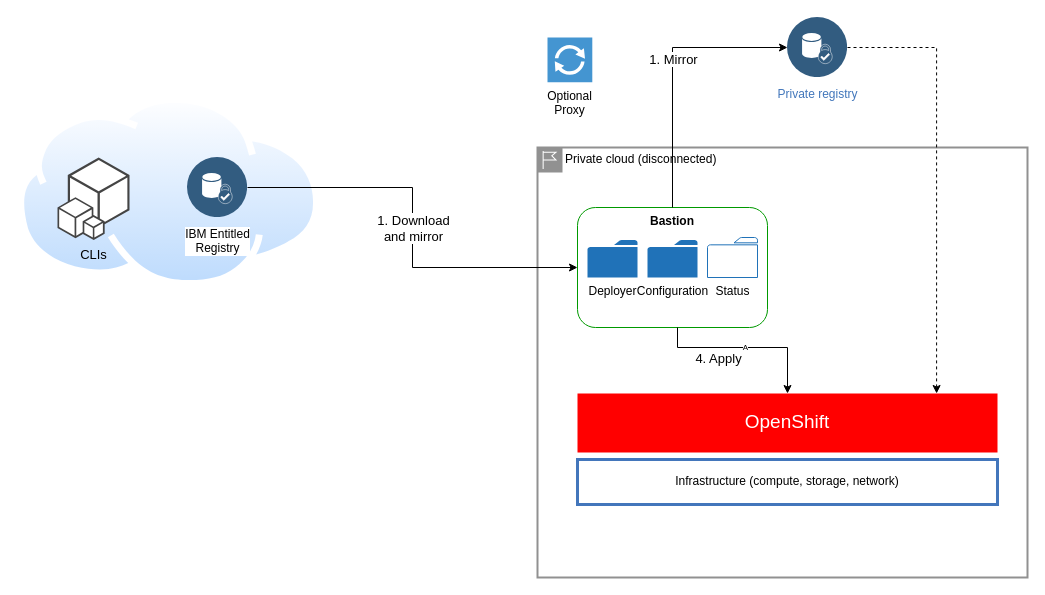
IBM/cloud-pak-deployer keeps this draw.io diagram as page "not-air-gapped" (1 of 3) of doc/src/pages/advanced/air-gapped-installation/air-gapped-overview.drawio. Above is the earlier version. Source tidied: cells renumbered, new cells numbered last; positions are measured from the earlier drawing's top-left corner, leaving out a move shared by most shapes. Both pictures are drawn from the tidied source at 100%, with x=0, y=0 at pixel (17, 17).
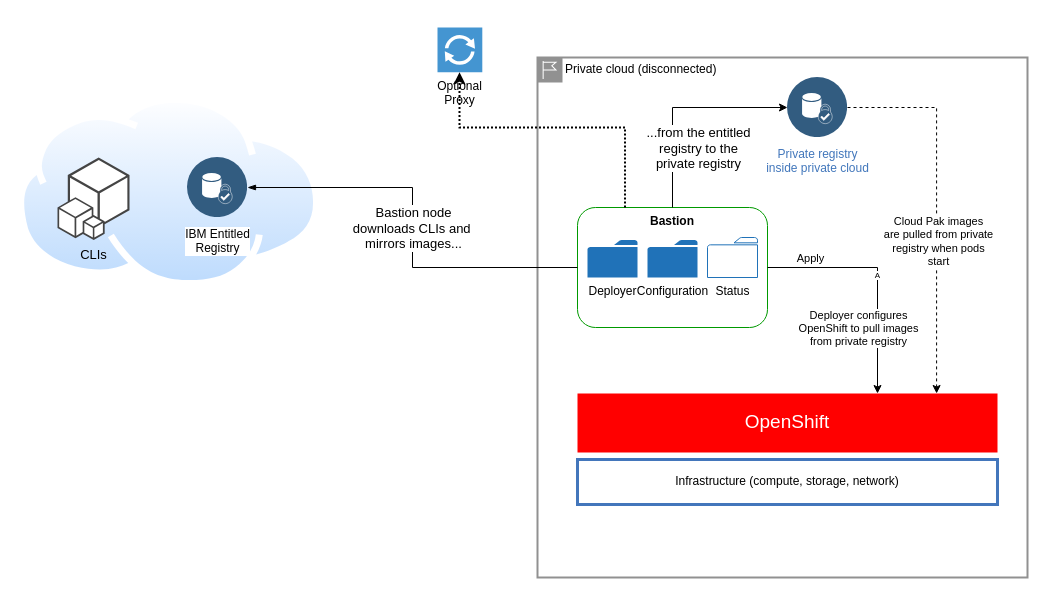
Above is the later version.

The change refers to these unchanged cells:
```xml
<mxCell id="5" value="Bastion" style="rounded=1;whiteSpace=wrap;html=1;verticalAlign=top;fontStyle=1;strokeColor=#009900;" parent="4" vertex="1">
  <mxGeometry width="190" height="120" as="geometry" />
</mxCell>
<mxCell id="9" style="edgeStyle=orthogonalEdgeStyle;rounded=0;jettySize=auto;html=1;fontSize=8;entryX=0;entryY=0.5;entryDx=0;entryDy=0;exitX=0.5;exitY=0;exitDx=0;exitDy=0;" parent="1" edge="1" source="5" target="16">
  <mxGeometry relative="1" as="geometry" />
</mxCell>
<mxCell id="13" value="OpenShift" style="fontStyle=0;verticalAlign=middle;align=center;spacingTop=-2;fillColor=#FF0000;rounded=0;whiteSpace=wrap;html=1;strokeColor=none;strokeWidth=3;dashed=0;fontColor=#FFFFFF;fontSize=19;" parent="12" vertex="1">
  <mxGeometry x="560" y="376" width="420" height="59" as="geometry" />
</mxCell>
<mxCell id="18" value="IBM Entitled&lt;br&gt;Registry" style="perimeter=ellipsePerimeter;align=center;shadow=0;dashed=0;fontColor=default;labelBackgroundColor=none;fontSize=12;spacingTop=3;image;image=img/lib/ibm/data/device_identity_service.svg;rounded=1;strokeColor=#FF0000;fillColor=#99CCFF;html=1;" parent="15" vertex="1">
  <mxGeometry x="170" y="140" width="60" height="60" as="geometry" />
</mxCell>
```

Change to the diagram source:
```diff
@@
     <mxCell id="2" value="Private cloud (disconnected)" style="shape=mxgraph.ibm.box;prType=region;fontStyle=0;verticalAlign=top;align=left;spacingLeft=32;spacingTop=4;fillColor=none;rounded=0;whiteSpace=wrap;html=1;strokeColor=#919191;strokeWidth=2;dashed=0;spacing=-4;" parent="1" vertex="1">
-      <mxGeometry x="520" y="130" width="490" height="430" as="geometry" />
+      <mxGeometry x="520" y="40" width="490" height="520" as="geometry" />
     </mxCell>
     <mxCell id="3" style="edgeStyle=orthogonalEdgeStyle;rounded=0;jettySize=auto;html=1;fontSize=8;dashed=1;exitX=1;exitY=0.5;exitDx=0;exitDy=0;entryX=0.855;entryY=0;entryDx=0;entryDy=0;entryPerimeter=0;" parent="1" edge="1" source="16" target="13">
       <mxGeometry relative="1" as="geometry">
         <Array as="points">
-          <mxPoint x="919" y="30" />
+          <mxPoint x="919" y="90" />
         </Array>
       </mxGeometry>
     </mxCell>
+    <mxCell id="26" value="Cloud Pak images&lt;br&gt;are pulled from private&lt;br&gt;registry when pods&lt;br&gt;start" style="edgeLabel;html=1;align=center;verticalAlign=middle;" parent="3" vertex="1">
+      <mxGeometry x="0.19" y="1" relative="1" as="geometry" />
+    </mxCell>
@@
-    <mxCell id="10" value="1. Mirror" style="edgeLabel;html=1;align=center;verticalAlign=middle;fontSize=13;" parent="9" vertex="1">
+    <mxCell id="10" value="...from the entitled&lt;br&gt;registry to the&lt;br&gt;private registry" style="edgeLabel;html=1;align=center;verticalAlign=middle;fontSize=13;" parent="9" vertex="1">
       <mxGeometry x="-0.04" relative="1" as="geometry">
-        <mxPoint y="-17" as="offset" />
+        <mxPoint x="22" y="40" as="offset" />
       </mxGeometry>
     </mxCell>
     <mxCell id="11" value="Optional&lt;br&gt;Proxy" style="shadow=0;dashed=0;html=1;strokeColor=none;fillColor=#4495D1;labelPosition=center;verticalLabelPosition=bottom;verticalAlign=top;align=center;outlineConnect=0;shape=mxgraph.veeam.2d.proxy;" parent="1" vertex="1">
-      <mxGeometry x="530" y="20" width="44.8" height="44.8" as="geometry" />
+      <mxGeometry x="420" y="10" width="44.8" height="44.8" as="geometry" />
     </mxCell>
+    <mxCell id="27" style="edgeStyle=orthogonalEdgeStyle;rounded=0;jettySize=auto;html=1;dashed=1;dashPattern=1 1;strokeWidth=2;exitX=0.25;exitY=0;exitDx=0;exitDy=0;" parent="1" edge="1" source="5" target="11">
+      <mxGeometry relative="1" as="geometry">
+        <Array as="points">
+          <mxPoint x="608" y="110" />
+          <mxPoint x="442" y="110" />
+        </Array>
+      </mxGeometry>
+    </mxCell>
@@
-    <mxCell id="16" value="Private registry" style="perimeter=ellipsePerimeter;html=1;align=center;shadow=0;dashed=0;fontColor=#4277BB;labelBackgroundColor=#ffffff;fontSize=12;spacingTop=3;image;image=img/lib/ibm/data/device_identity_service.svg;rounded=1;strokeColor=#FF0000;fillColor=#99CCFF;" parent="15" vertex="1">
-      <mxGeometry x="770" width="60" height="60" as="geometry" />
+    <mxCell id="16" value="Private registry&lt;br&gt;inside private cloud" style="perimeter=ellipsePerimeter;html=1;align=center;shadow=0;dashed=0;fontColor=#4277BB;labelBackgroundColor=#ffffff;fontSize=12;spacingTop=3;image;image=img/lib/ibm/data/device_identity_service.svg;rounded=1;strokeColor=#FF0000;fillColor=#99CCFF;" parent="15" vertex="1">
+      <mxGeometry x="770" y="60" width="60" height="60" as="geometry" />
     </mxCell>
@@
-    <mxCell id="21" value="A" style="edgeStyle=orthogonalEdgeStyle;rounded=0;jettySize=auto;html=1;fontSize=8;entryX=0.5;entryY=0;entryDx=0;entryDy=0;" parent="19" edge="1" target="13">
+    <mxCell id="21" value="A" style="edgeStyle=orthogonalEdgeStyle;rounded=0;jettySize=auto;html=1;fontSize=8;entryX=0.5;entryY=0;entryDx=0;entryDy=0;exitX=1;exitY=0.5;exitDx=0;exitDy=0;" parent="19" edge="1" source="5">
       <mxGeometry relative="1" as="geometry">
-        <mxPoint x="660" y="310" as="sourcePoint" />
+        <mxPoint x="860" y="376" as="targetPoint" />
         <Array as="points">
-          <mxPoint x="660" y="330" />
-          <mxPoint x="770" y="330" />
+          <mxPoint x="860" y="250" />
         </Array>
       </mxGeometry>
     </mxCell>
-    <mxCell id="22" value="4. Apply" style="edgeLabel;html=1;align=center;verticalAlign=middle;fontSize=13;" parent="21" vertex="1">
-      <mxGeometry x="-0.04" relative="1" as="geometry">
-        <mxPoint x="-24" y="10" as="offset" />
-      </mxGeometry>
-    </mxCell>
+    <mxCell id="28" value="Deployer configures&lt;br&gt;OpenShift to pull images&lt;br&gt;from private registry" style="edgeLabel;html=1;align=center;verticalAlign=middle;" parent="21" vertex="1">
+      <mxGeometry x="-0.24" y="-2" relative="1" as="geometry">
+        <mxPoint y="58" as="offset" />
+      </mxGeometry>
+    </mxCell>
+    <mxCell id="29" value="Apply" style="edgeLabel;html=1;align=center;verticalAlign=middle;" parent="21" vertex="1">
+      <mxGeometry x="-0.64" y="-1" relative="1" as="geometry">
+        <mxPoint y="-11" as="offset" />
+      </mxGeometry>
+    </mxCell>
-    <mxCell id="23" style="edgeStyle=orthogonalEdgeStyle;rounded=0;jettySize=auto;html=1;fontSize=8;entryX=0;entryY=0.5;entryDx=0;entryDy=0;exitX=1;exitY=0.5;exitDx=0;exitDy=0;" parent="19" edge="1" source="18" target="5">
+    <mxCell id="23" style="edgeStyle=orthogonalEdgeStyle;rounded=0;jettySize=auto;html=1;fontSize=8;entryX=0;entryY=0.5;entryDx=0;entryDy=0;exitX=1;exitY=0.5;exitDx=0;exitDy=0;endArrow=none;endFill=0;startArrow=blockThin;startFill=1;" parent="19" edge="1" source="18" target="5">
       <mxGeometry relative="1" as="geometry" />
     </mxCell>
-    <mxCell id="24" value="1. Download&lt;br&gt;and mirror" style="edgeLabel;html=1;align=center;verticalAlign=middle;fontSize=13;" parent="23" vertex="1">
+    <mxCell id="24" value="Bastion node&lt;br&gt;downloads CLIs and&amp;nbsp;&lt;br&gt;mirrors images..." style="edgeLabel;html=1;align=center;verticalAlign=middle;fontSize=13;" parent="23" vertex="1">
       <mxGeometry x="-0.04" relative="1" as="geometry">
         <mxPoint y="8" as="offset" />
       </mxGeometry>
     </mxCell>
```
